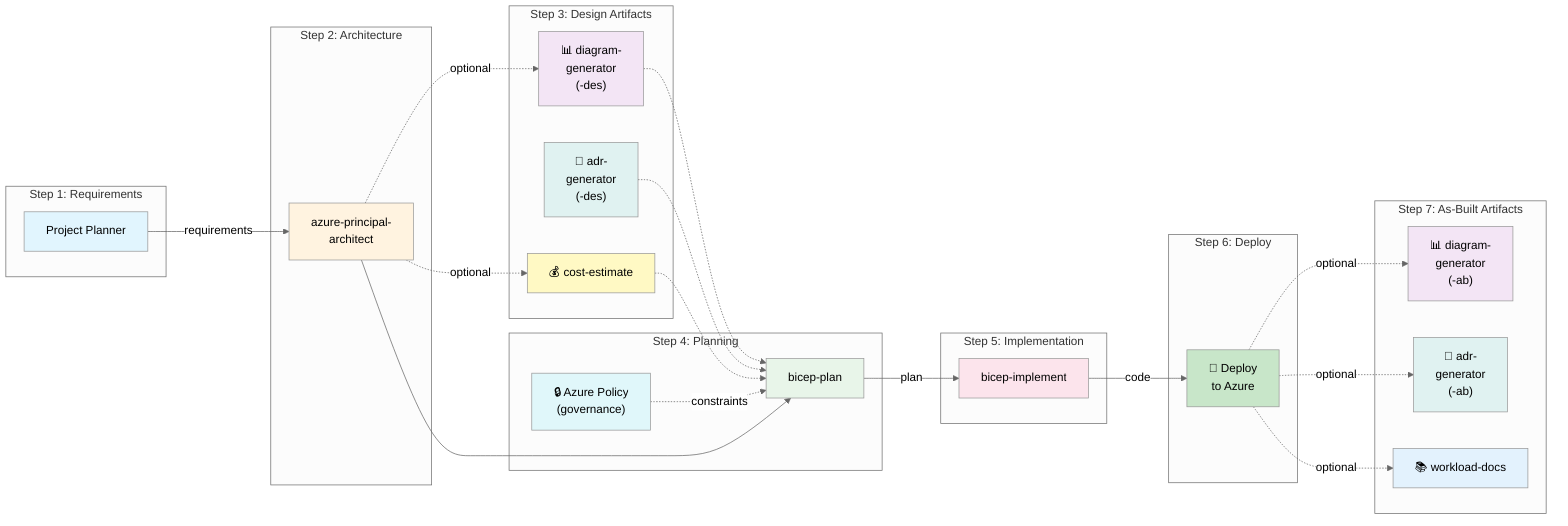
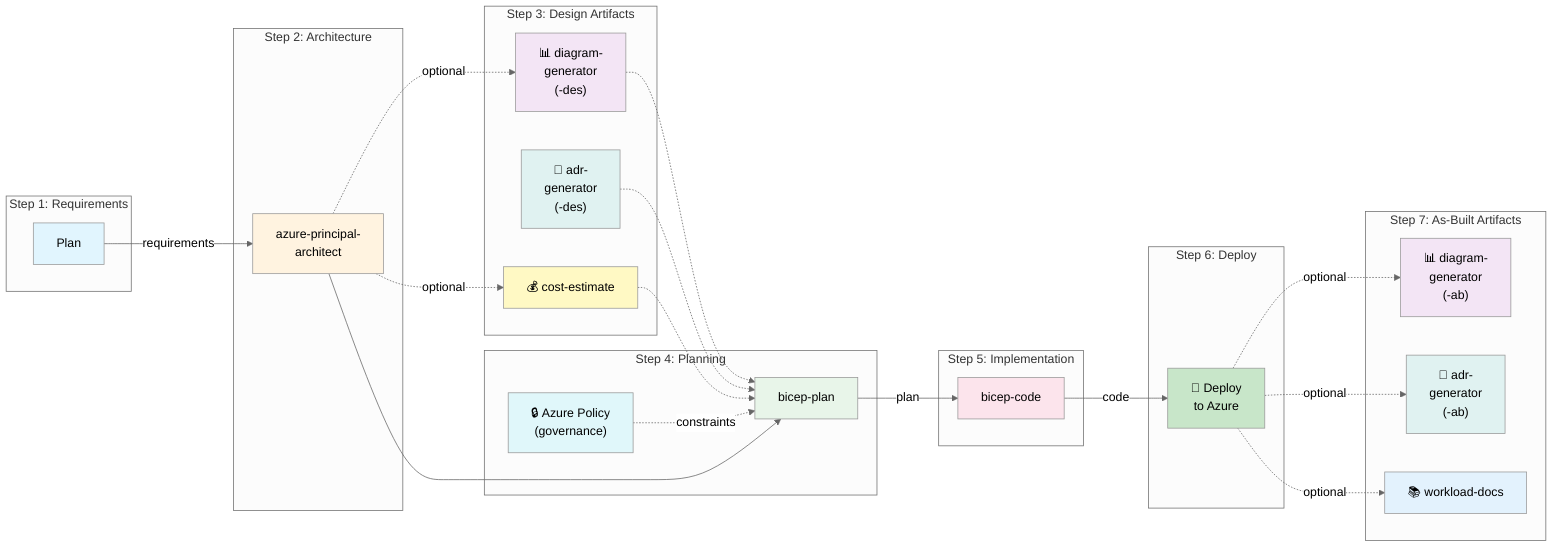
%%{init: {'theme':'neutral'}}%%
graph LR
    subgraph "Step 1: Requirements"
-         P["Project Planner"]
+         P["Plan"]
    end
    subgraph "Step 2: Architecture"
        A["azure-principal-<br/>architect"]
    end
    subgraph "Step 3: Design Artifacts"
        D["📊 diagram-<br/>generator<br/>(-des)"]
        ADR1["📝 adr-<br/>generator<br/>(-des)"]
        COST["💰 cost-estimate"]
    end
    subgraph "Step 4: Planning"
        B["bicep-plan"]
        GOV["🔒 Azure Policy<br/>(governance)"]
    end
    subgraph "Step 5: Implementation"
-         I["bicep-implement"]
+         I["bicep-code"]
    end
    subgraph "Step 6: Deploy"
        DEP["🚀 Deploy<br/>to Azure"]
    end
    subgraph "Step 7: As-Built Artifacts"
        D2["📊 diagram-<br/>generator<br/>(-ab)"]
        ADR2["📝 adr-<br/>generator<br/>(-ab)"]
        WL["📚 workload-docs"]
    end

    P -->|requirements| A
    A -.->|optional| D
    A -.->|optional| COST
    A --> B
    D -.-> B
    ADR1 -.-> B
    COST -.-> B
    GOV -.->|constraints| B
    B -->|plan| I
    I -->|code| DEP
    DEP -.->|optional| D2
    DEP -.->|optional| ADR2
    DEP -.->|optional| WL

    style P fill:#e1f5fe
    style A fill:#fff3e0
    style D fill:#f3e5f5
    style ADR1 fill:#e0f2f1
    style COST fill:#fff9c4
    style B fill:#e8f5e9
    style GOV fill:#e0f7fa
    style I fill:#fce4ec
    style DEP fill:#c8e6c9
    style D2 fill:#f3e5f5
    style ADR2 fill:#e0f2f1
    style WL fill:#e3f2fd

